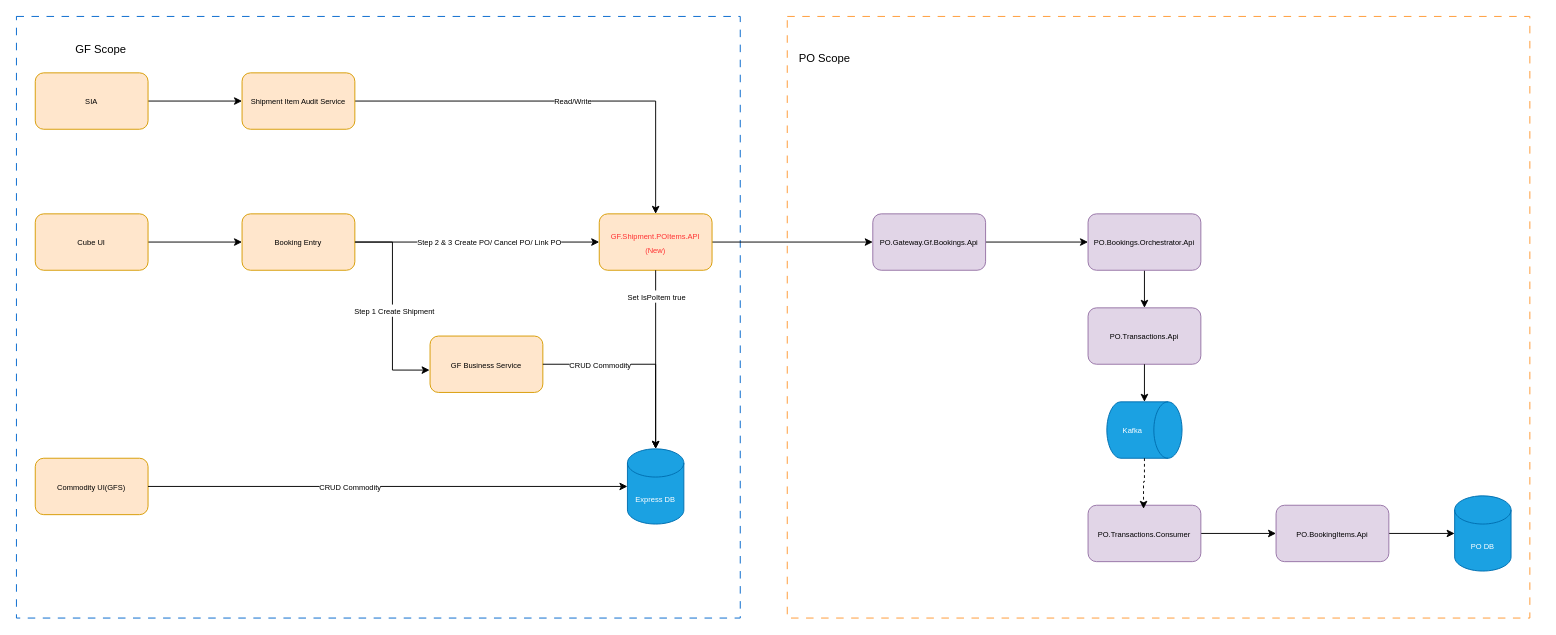
Earlier version of the draw.io diagram DecouplePO.drawio (TommyVV/chr-diagrams). Source tidied: cells renumbered, new cells numbered last; positions are measured from the earlier drawing's top-left corner, leaving out a move shared by most shapes. Both pictures are drawn from the tidied source at 94%, with x=0, y=0 at pixel (16, 16).
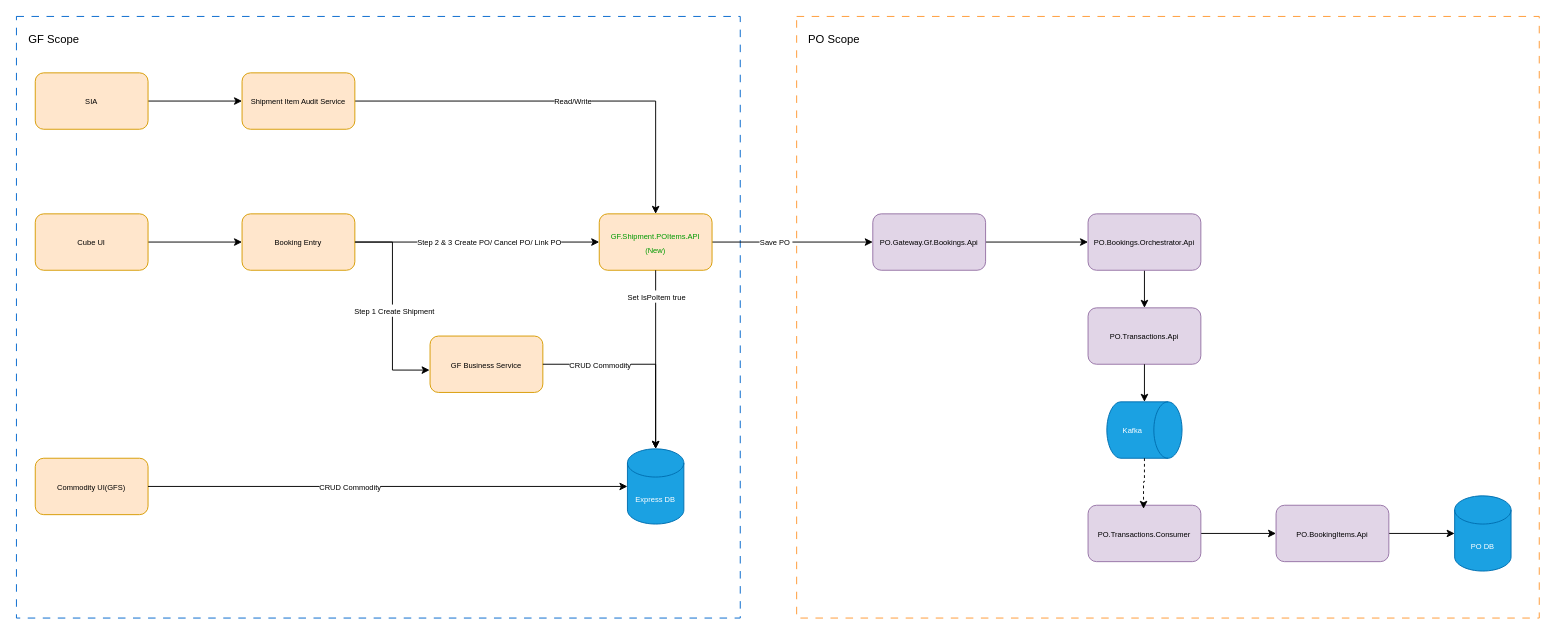
The same diagram, later.

Unchanged cells that the change refers to:
```xml
<mxCell id="7" style="edgeStyle=orthogonalEdgeStyle;rounded=0;jettySize=auto;html=1;entryX=0;entryY=0.5;entryDx=0;entryDy=0;" parent="1" edge="1" source="8" target="10">
  <mxGeometry relative="1" as="geometry" />
</mxCell>
```

Change to the diagram source:
```diff
@@
     <mxCell id="2" style="rounded=0;whiteSpace=wrap;html=1;dashed=1;dashPattern=8 8;strokeColor=#FF9933;" parent="1" vertex="1">
-      <mxGeometry x="820" width="790" height="640" as="geometry" />
+      <mxGeometry x="830" width="790" height="640" as="geometry" />
     </mxCell>
@@
+    <mxCell id="42" value="&lt;font style=&quot;font-size: 8px;&quot;&gt;Save PO&amp;nbsp;&lt;/font&gt;" style="edgeLabel;html=1;align=center;verticalAlign=middle;" parent="7" vertex="1">
+      <mxGeometry x="-0.22" y="-1" relative="1" as="geometry">
+        <mxPoint y="-2" as="offset" />
+      </mxGeometry>
+    </mxCell>
-    <mxCell id="8" value="&lt;font style=&quot;font-size: 8px; color: rgb(255, 51, 51);&quot;&gt;GF.Shipment.POItems.API&lt;br&gt;(New)&lt;/font&gt;" style="rounded=1;whiteSpace=wrap;html=1;fillColor=#ffe6cc;strokeColor=#d79b00;" parent="1" vertex="1">
+    <mxCell id="8" value="&lt;font style=&quot;font-size: 8px; color: rgb(0, 153, 0);&quot;&gt;GF.Shipment.POItems.API&lt;br&gt;(New)&lt;/font&gt;" style="rounded=1;whiteSpace=wrap;html=1;fillColor=#ffe6cc;strokeColor=#d79b00;" parent="1" vertex="1">
       <mxGeometry x="620" y="210" width="120" height="60" as="geometry" />
     </mxCell>
@@
     <mxCell id="40" value="GF Scope" style="text;html=1;align=center;verticalAlign=middle;whiteSpace=wrap;rounded=0;" parent="1" vertex="1">
-      <mxGeometry x="60" y="20" width="60" height="30" as="geometry" />
+      <mxGeometry x="10" y="10" width="60" height="30" as="geometry" />
     </mxCell>
     <mxCell id="41" value="PO Scope" style="text;html=1;align=center;verticalAlign=middle;whiteSpace=wrap;rounded=0;" parent="1" vertex="1">
-      <mxGeometry x="830" y="30" width="60" height="30" as="geometry" />
+      <mxGeometry x="840" y="10" width="60" height="30" as="geometry" />
     </mxCell>
```
